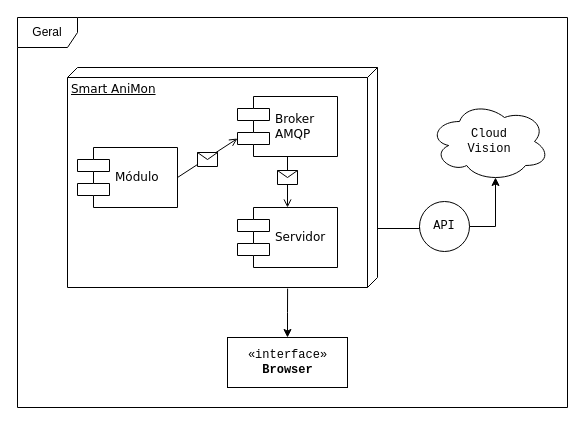
The draw.io diagram schemas/arquitetura-geral.drawio in Smart-AniMon/docs, before the edit. Source tidied: cells renumbered, new cells numbered last; positions are measured from the earlier drawing's top-left corner, leaving out a move shared by most shapes. Both pictures are drawn from the tidied source at 100%, with x=0, y=0 at pixel (17, 17).
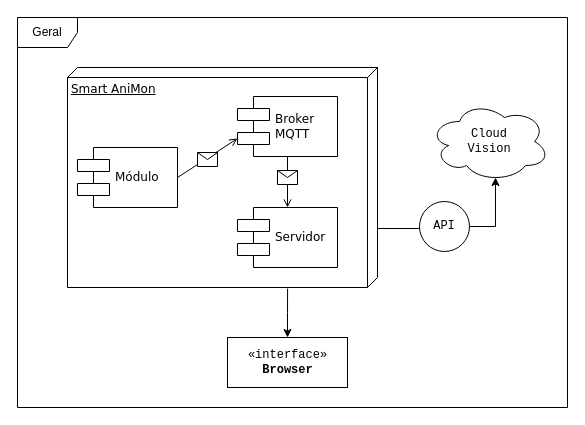
After the change.

The edit, as a diff of the source:
```diff
@@
 <mxGraphModel>
   <root>
     <mxCell id="0" />
     <mxCell id="1" parent="0" />
     <mxCell id="2" value="Geral" style="shape=umlFrame;whiteSpace=wrap;html=1;" parent="1" vertex="1">
       <mxGeometry width="550" height="390" as="geometry" />
     </mxCell>
     <mxCell id="3" value="Smart AniMon" style="verticalAlign=top;align=left;spacingTop=8;spacingLeft=2;spacingRight=12;shape=cube;size=10;direction=south;fontStyle=4;html=1;rounded=0;shadow=0;comic=0;labelBackgroundColor=none;strokeWidth=1;fontFamily=Verdana;fontSize=12;" parent="1" vertex="1">
       <mxGeometry x="50" y="50" width="310" height="220" as="geometry" />
     </mxCell>
     <mxCell id="4" value="Módulo" style="shape=component;align=left;spacingLeft=36;rounded=0;shadow=0;comic=0;labelBackgroundColor=none;strokeWidth=1;fontFamily=Verdana;fontSize=12;html=1;" parent="1" vertex="1">
       <mxGeometry x="60" y="130" width="100" height="60" as="geometry" />
     </mxCell>
-    <mxCell id="5" value="&lt;div&gt;Broker &lt;br&gt;&lt;/div&gt;&lt;div&gt;AMQP&lt;/div&gt;" style="shape=component;align=left;spacingLeft=36;rounded=0;shadow=0;comic=0;labelBackgroundColor=none;strokeWidth=1;fontFamily=Verdana;fontSize=12;html=1;" parent="1" vertex="1">
+    <mxCell id="5" value="&lt;div&gt;Broker &lt;br&gt;&lt;/div&gt;&lt;div&gt;MQTT&lt;/div&gt;" style="shape=component;align=left;spacingLeft=36;rounded=0;shadow=0;comic=0;labelBackgroundColor=none;strokeWidth=1;fontFamily=Verdana;fontSize=12;html=1;" parent="1" vertex="1">
       <mxGeometry x="220" y="79" width="100" height="60" as="geometry" />
     </mxCell>
     <mxCell id="6" value="Servidor" style="shape=component;align=left;spacingLeft=36;rounded=0;shadow=0;comic=0;labelBackgroundColor=none;strokeWidth=1;fontFamily=Verdana;fontSize=12;html=1;" parent="1" vertex="1">
       <mxGeometry x="220" y="190" width="100" height="60" as="geometry" />
     </mxCell>
     <mxCell id="7" style="edgeStyle=none;rounded=0;jettySize=auto;html=1;endArrow=open;endFill=0;entryX=0;entryY=0.7;entryDx=0;entryDy=0;exitX=1;exitY=0.5;exitDx=0;exitDy=0;" parent="1" edge="1" source="4" target="5">
       <mxGeometry relative="1" as="geometry" />
     </mxCell>
     <mxCell id="8" style="edgeStyle=none;rounded=0;jettySize=auto;html=1;endArrow=open;endFill=0;entryX=0.5;entryY=0;entryDx=0;entryDy=0;exitX=0.5;exitY=1;exitDx=0;exitDy=0;" parent="1" edge="1" source="5" target="6">
       <mxGeometry relative="1" as="geometry" />
     </mxCell>
     <mxCell id="9" value="API" style="ellipse;whiteSpace=wrap;html=1;fontFamily=Courier New;" parent="1" vertex="1">
       <mxGeometry x="402" y="184" width="50" height="50" as="geometry" />
     </mxCell>
     <mxCell id="10" style="edgeStyle=orthogonalEdgeStyle;rounded=0;jettySize=auto;html=1;exitX=0.55;exitY=0.95;exitDx=0;exitDy=0;exitPerimeter=0;entryX=1;entryY=0.5;entryDx=0;entryDy=0;startArrow=classic;startFill=1;endArrow=none;endFill=0;" parent="1" edge="1" source="11" target="9">
       <mxGeometry relative="1" as="geometry" />
     </mxCell>
     <mxCell id="11" value="Cloud&lt;br&gt;Vision" style="ellipse;shape=cloud;whiteSpace=wrap;html=1;fontFamily=Courier New;" parent="1" vertex="1">
       <mxGeometry x="412" y="84" width="120" height="80" as="geometry" />
     </mxCell>
     <mxCell id="12" style="edgeStyle=orthogonalEdgeStyle;rounded=0;jettySize=auto;html=1;startArrow=none;startFill=0;endArrow=none;endFill=0;exitX=0;exitY=0.5;exitDx=0;exitDy=0;" parent="1" edge="1" source="9">
       <mxGeometry relative="1" as="geometry">
         <mxPoint x="360" y="211" as="targetPoint" />
         <Array as="points">
           <mxPoint x="402" y="211" />
           <mxPoint x="360" y="211" />
         </Array>
       </mxGeometry>
     </mxCell>
     <mxCell id="13" style="edgeStyle=orthogonalEdgeStyle;rounded=0;jettySize=auto;html=1;exitX=0.5;exitY=0;exitDx=0;exitDy=0;entryX=1.005;entryY=0.29;entryDx=0;entryDy=0;startArrow=classic;startFill=1;endArrow=none;endFill=0;entryPerimeter=0;" parent="1" edge="1" source="14" target="3">
       <mxGeometry relative="1" as="geometry" />
     </mxCell>
     <mxCell id="14" value="«interface»&lt;br&gt;&lt;b&gt;Browser&lt;/b&gt;" style="html=1;fontFamily=Courier New;fillColor=none;" parent="1" vertex="1">
       <mxGeometry x="210" y="320" width="120" height="50" as="geometry" />
     </mxCell>
     <mxCell id="15" style="shape=message;html=1;fontFamily=Courier New;" parent="1" vertex="1">
       <mxGeometry x="180" y="135" width="20" height="14" as="geometry" />
     </mxCell>
     <mxCell id="16" style="shape=message;html=1;fontFamily=Courier New;" parent="1" vertex="1">
       <mxGeometry x="260" y="153" width="20" height="14" as="geometry" />
     </mxCell>
   </root>
 </mxGraphModel>
```
